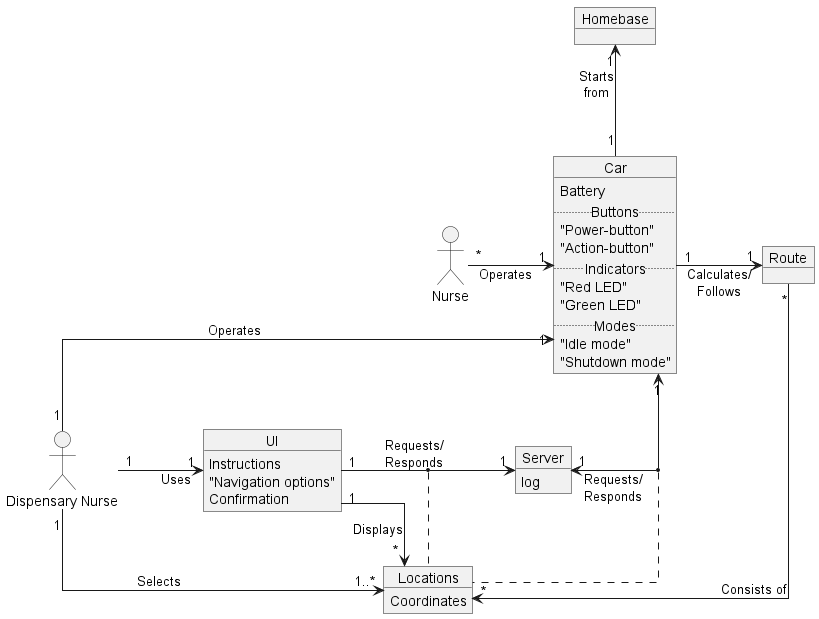
This is docs/diagrams/out/domain/domain.png from lineklemensen/PRJ3, a PlantUML export, as it was before one commit.
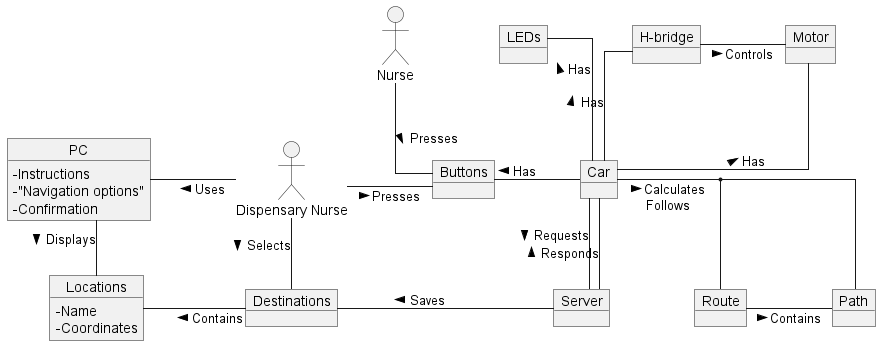
The same diagram one commit later.

Diff of the diagram source:
```diff
@@ -6,58 +6,60 @@
     LineType ortho
     NodeSep 85
     RankSep 55
+    ClassAttributeIconSize 0
 }
 
 actor "Nurse" as n
 
-object "Homebase" as HB
-object Car {
-    Battery
-    .. Buttons ..
-    "Power-button"
-    "Action-button"
-    .. Indicators ..
-    "Red LED"
-    "Green LED"
-    .. Modes ..
-    "Idle mode"
-    "Shutdown mode"
+actor "Dispensary Nurse" as dn
+
+object PC {
+    - Instructions
+    - "Navigation options"
+    - Confirmation
 }
 
-object UI {
-    Instructions
-    "Navigation options"
-    Confirmation
+object "Buttons" as btn
+
+object "Motor" as m
+
+object "H-bridge" as hb
+
+object "Car" as c
+
+object "Locations" as loc {
+    - Name
+    - Coordinates
 }
 
-object "Locations" as Loc {
-    Coordinates
-}
-object Route
+object "Destinations" as des
+object "Path" as p
+object "Route" as r
+object "Server" as s
+object LEDs
 
+n -d- btn : > Presses
+dn -r- btn : > Presses
 
-object Server {
-    log
-}
+c -l- btn : > Has
 
+dn -l- PC : > Uses
+PC -d- loc : > Displays
+dn -d- des : > Selects
+des -l- loc : > Contains
+s -l- des : > Saves
 
-actor "Dispensary Nurse" as dn
+c -d- s : > Requests
+s -u- c : > Responds
 
-Car "1"--u->"1" HB :  Starts\nfrom
-n "*"-r->"1" Car : Operates\t
+c -r- p : > Calculates\nFollows
+(c, p) -d- r
+r -r- p : > Contains
 
-Car "1"-r->"1" Route : Calculates/\nFollows
-Route "*"-d->"*" Loc : Consists of
-
-Car "1" <-d- "1" dn : Operates
-dn "1" -r-> "1..*" Loc : Selects
-UI "1" -d-> "*" Loc : \nDisplays
-
-dn "1" -r-> "1" UI : \tUses
-Server "1" <-r-> "1" Car : Requests/\nResponds
-(Server, Car) . Loc
-UI "1" -r-> "1" Server : Requests/\nResponds
-(UI, Server) . Loc
+c -u- m : > Has
+c -u- hb : > Has
+hb -r- m : > Controls
+c -u- LEDs : > Has
 
 
 
```
